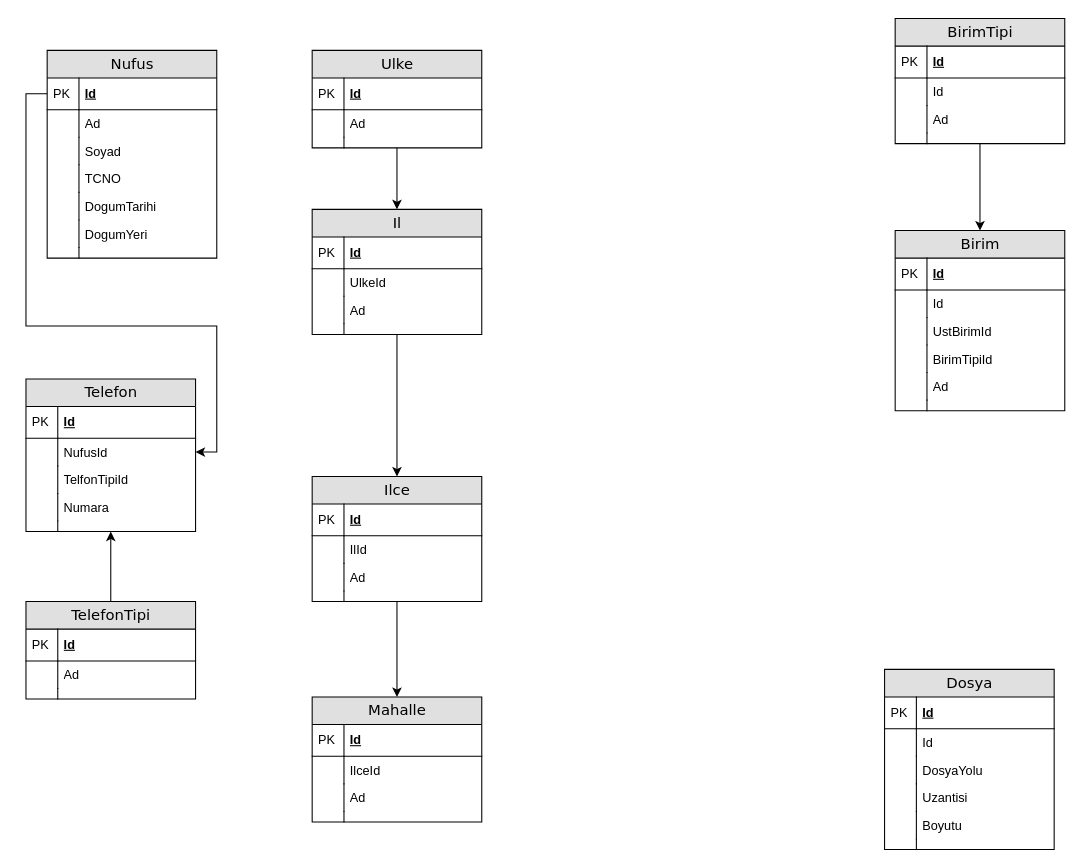
The draw.io diagram page "Genel" (1 of 8) of Kur 2/Veritabanı Diagrams.drawio in etuncay/kugim-gen-yazilimcilar-egitim-programi, before the edit. Source tidied: cells renumbered, new cells numbered last; positions are measured from the earlier drawing's top-left corner, leaving out a move shared by most shapes. Both pictures are drawn from the tidied source at 106%, with x=0, y=0 at pixel (25, 18).
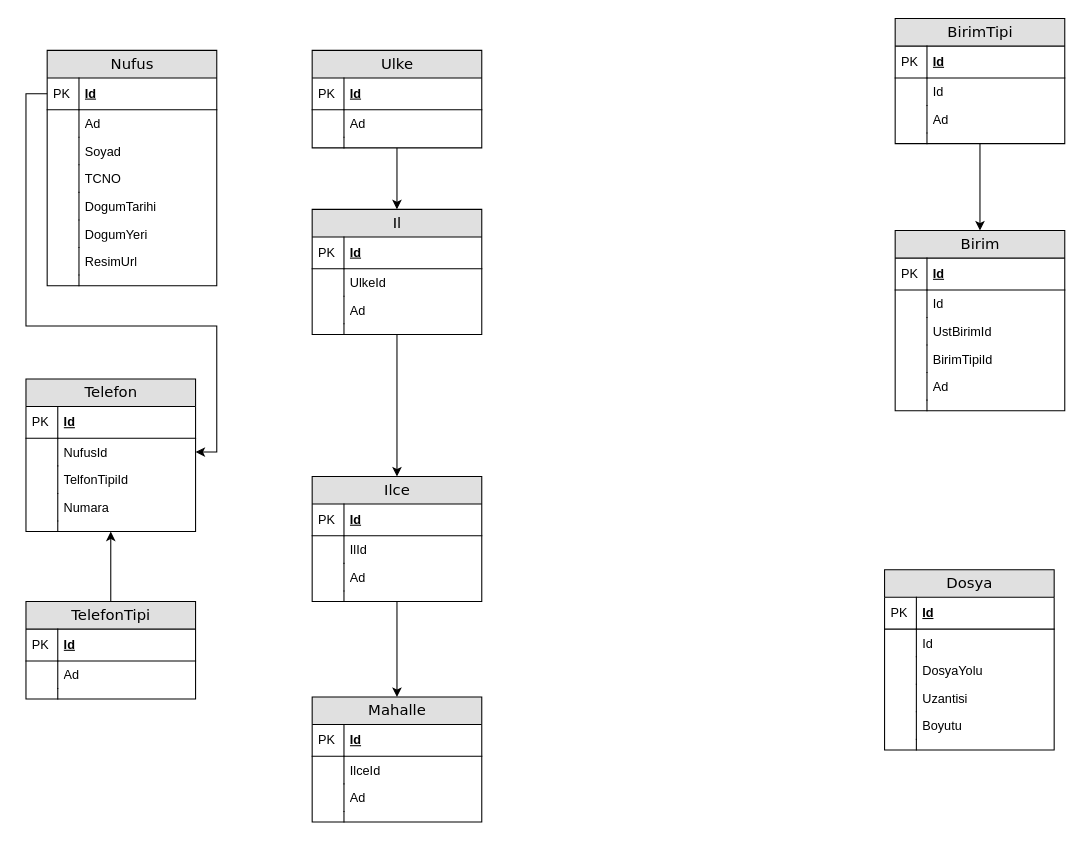
Above is the later version.

Diff of the diagram source:
```diff
@@
     <mxCell id="2" value="Nufus" style="swimlane;html=1;fontStyle=0;horizontal=1;startSize=26;fillColor=#e0e0e0;swimlaneFillColor=#ffffff;align=center;rounded=0;shadow=0;comic=0;labelBackgroundColor=none;strokeWidth=1;fontFamily=Verdana;fontSize=14;" parent="1" vertex="1">
-      <mxGeometry x="20" y="30" width="160" height="196" as="geometry" />
+      <mxGeometry x="20" y="30" width="160" height="222" as="geometry" />
     </mxCell>
@@
+    <mxCell id="110" value="ResimUrl" style="shape=partialRectangle;top=0;left=0;right=0;bottom=0;html=1;align=left;verticalAlign=top;fillColor=none;spacingLeft=34;spacingRight=4;whiteSpace=wrap;overflow=hidden;" parent="2" vertex="1">
+      <mxGeometry y="186" width="160" height="26" as="geometry" />
+    </mxCell>
+    <mxCell id="111" style="shape=partialRectangle;top=0;left=0;bottom=0;html=1;fillColor=none;align=left;verticalAlign=top;spacingLeft=4;spacingRight=4;whiteSpace=wrap;overflow=hidden;" parent="110" vertex="1">
+      <mxGeometry width="30" height="26" as="geometry" />
+    </mxCell>
     <mxCell id="15" style="shape=partialRectangle;top=0;left=0;right=0;bottom=0;html=1;align=left;verticalAlign=top;fillColor=none;spacingLeft=34;spacingRight=4;whiteSpace=wrap;overflow=hidden;" parent="2" vertex="1">
-      <mxGeometry y="186" width="160" height="10" as="geometry" />
+      <mxGeometry y="212" width="160" height="10" as="geometry" />
     </mxCell>
@@
     <mxCell id="97" value="Dosya" style="swimlane;html=1;fontStyle=0;horizontal=1;startSize=26;fillColor=#e0e0e0;swimlaneFillColor=#ffffff;align=center;rounded=0;shadow=0;comic=0;labelBackgroundColor=none;strokeWidth=1;fontFamily=Verdana;fontSize=14;" parent="1" vertex="1">
-      <mxGeometry x="810" y="614" width="160" height="170" as="geometry" />
+      <mxGeometry x="810" y="520" width="160" height="170" as="geometry" />
     </mxCell>
```
